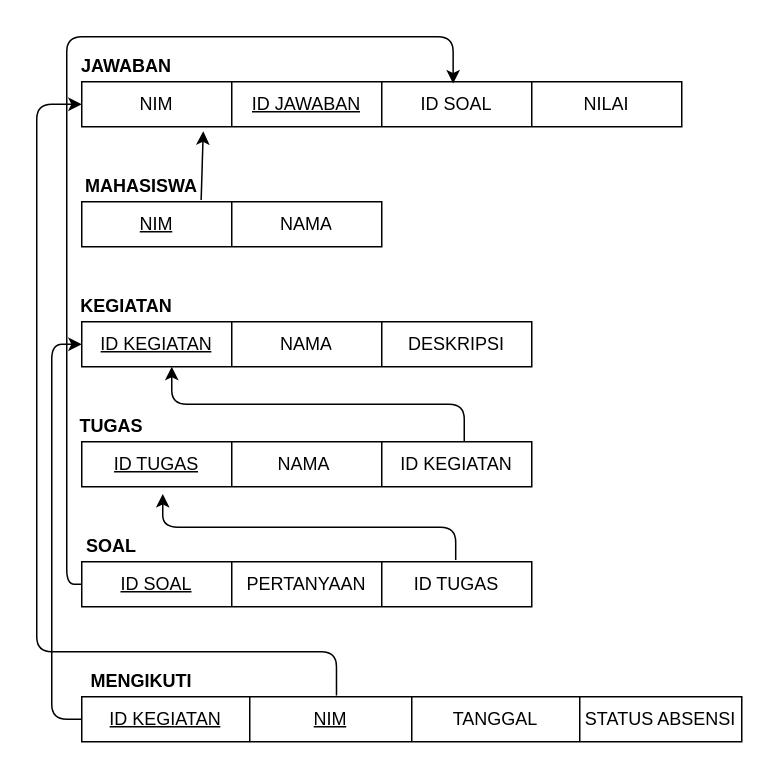
Earlier version of the draw.io diagram Mapping ERD.drawio (faris-afk/SIMABA). Source tidied: cells renumbered, new cells numbered last; positions are measured from the earlier drawing's top-left corner, leaving out a move shared by most shapes. Both pictures are drawn from the tidied source at 150%, with x=0, y=0 at pixel (36, 36).
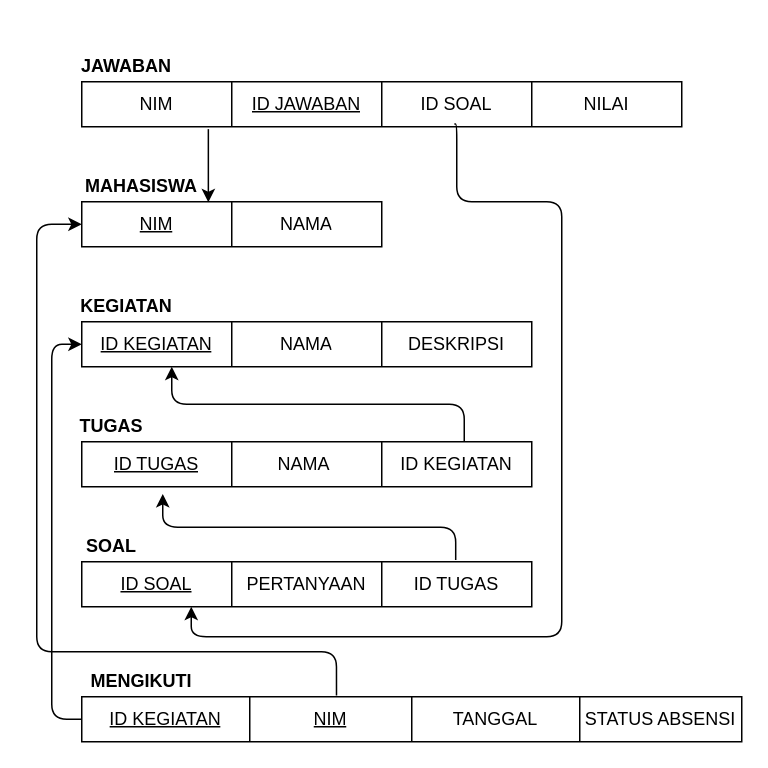
The same page after the edit.

Unchanged cells that the change refers to:
```xml
<mxCell id="5" style="shape=partialRectangle;html=1;whiteSpace=wrap;fillColor=none;top=0;left=0;bottom=0;right=0;points=[[0,0.5],[1,0.5]];portConstraint=eastwest;" parent="4" vertex="1">
  <mxGeometry width="200" height="30" as="geometry" />
</mxCell>
<mxCell id="9" style="shape=partialRectangle;html=1;whiteSpace=wrap;fillColor=none;top=0;left=0;bottom=0;right=0;points=[[0,0.5],[1,0.5]];portConstraint=eastwest;" parent="8" vertex="1">
  <mxGeometry width="400" height="30" as="geometry" />
</mxCell>
<mxCell id="25" style="shape=partialRectangle;html=1;whiteSpace=wrap;fillColor=none;top=0;left=0;bottom=0;right=0;points=[[0,0.5],[1,0.5]];portConstraint=eastwest;" parent="24" vertex="1">
  <mxGeometry width="300" height="30" as="geometry" />
</mxCell>
<mxCell id="33" style="shape=partialRectangle;html=1;whiteSpace=wrap;fillColor=none;top=0;left=0;bottom=0;right=0;points=[[0,0.5],[1,0.5]];portConstraint=eastwest;" parent="32" vertex="1">
  <mxGeometry width="440" height="30" as="geometry" />
</mxCell>
```

Change to the diagram source:
```diff
@@
-    <mxCell id="40" style="edgeStyle=segmentEdgeStyle;endArrow=classic;html=1;exitX=0.386;exitY=-0.027;exitDx=0;exitDy=0;exitPerimeter=0;entryX=0;entryY=0.5;entryDx=0;entryDy=0;" parent="1" edge="1" source="33" target="9">
+    <mxCell id="40" style="edgeStyle=segmentEdgeStyle;endArrow=classic;html=1;exitX=0.386;exitY=-0.027;exitDx=0;exitDy=0;exitPerimeter=0;entryX=0;entryY=0.5;entryDx=0;entryDy=0;" parent="1" edge="1" source="33" target="5">
       <mxGeometry relative="1" as="geometry">
         <Array as="points">
           <mxPoint x="200" y="410" />
           <mxPoint y="410" />
-          <mxPoint y="45" />
+          <mxPoint y="125" />
         </Array>
       </mxGeometry>
     </mxCell>
@@
-    <mxCell id="43" style="endArrow=classic;html=1;exitX=0.398;exitY=-0.04;exitDx=0;exitDy=0;exitPerimeter=0;" parent="1" edge="1" source="5">
-      <mxGeometry relative="1" as="geometry">
-        <mxPoint x="111" y="63" as="targetPoint" />
-      </mxGeometry>
-    </mxCell>
-    <mxCell id="44" style="edgeStyle=segmentEdgeStyle;endArrow=classic;html=1;exitX=0;exitY=0.5;exitDx=0;exitDy=0;entryX=0.619;entryY=0.04;entryDx=0;entryDy=0;entryPerimeter=0;" parent="1" edge="1" source="25" target="9">
-      <mxGeometry relative="1" as="geometry">
-        <Array as="points">
-          <mxPoint x="20" y="365" />
-          <mxPoint x="20" />
-          <mxPoint x="278" />
-        </Array>
-      </mxGeometry>
-    </mxCell>
+    <mxCell id="45" style="edgeStyle=segmentEdgeStyle;endArrow=classic;html=1;exitX=0.621;exitY=0.94;exitDx=0;exitDy=0;exitPerimeter=0;" parent="1" edge="1" source="9">
+      <mxGeometry relative="1" as="geometry">
+        <mxPoint x="103" y="380" as="targetPoint" />
+        <Array as="points">
+          <mxPoint x="280" y="58" />
+          <mxPoint x="280" y="110" />
+          <mxPoint x="350" y="110" />
+          <mxPoint x="350" y="400" />
+          <mxPoint x="103" y="400" />
+        </Array>
+      </mxGeometry>
+    </mxCell>
+    <mxCell id="46" style="endArrow=classic;html=1;exitX=0.211;exitY=1.053;exitDx=0;exitDy=0;exitPerimeter=0;entryX=0.422;entryY=0.013;entryDx=0;entryDy=0;entryPerimeter=0;" parent="1" edge="1" source="9" target="5">
+      <mxGeometry relative="1" as="geometry" />
+    </mxCell>
```
